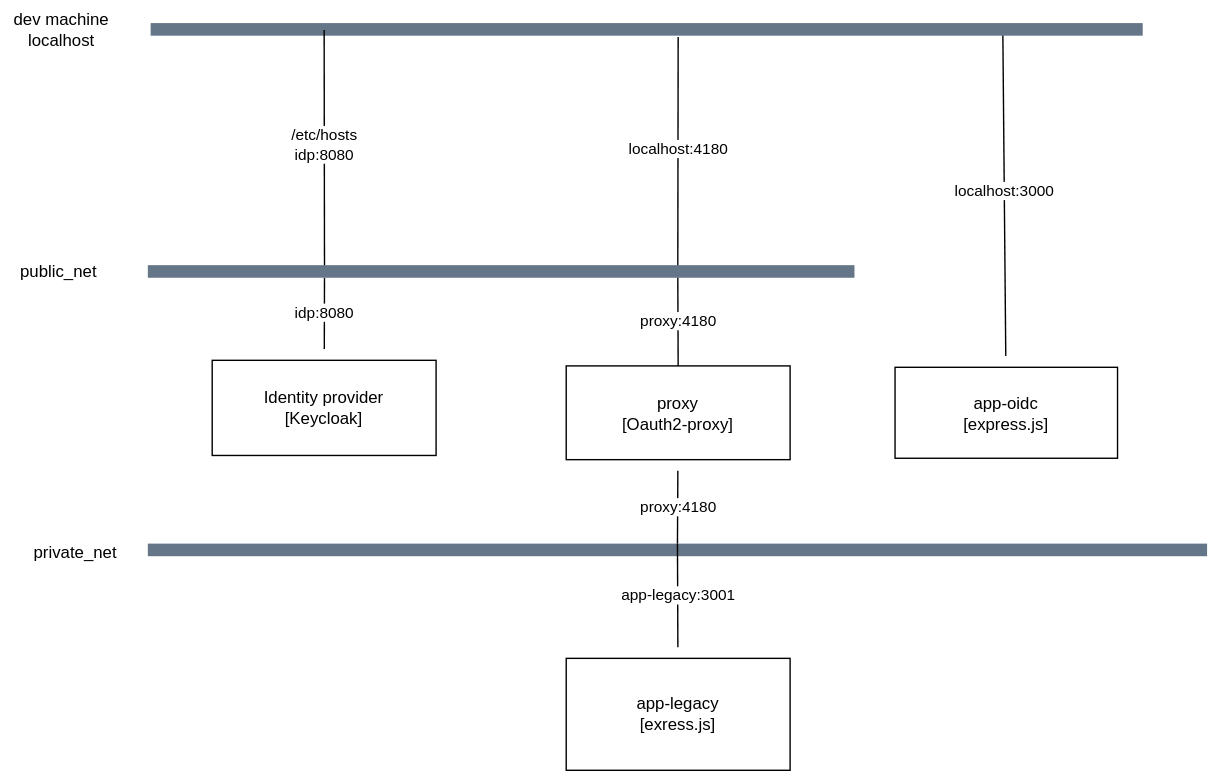
The draw.io diagram doc/overview.drawio.svg in wschaef/oidc-poc, before a commit. Source tidied: cells renumbered, new cells last; positions are measured from the earlier drawing's top-left corner, leaving out a move shared by most shapes. Its diagram source:
```xml
<mxGraphModel>
  <root>
    <mxCell id="0" />
    <mxCell id="1" parent="0" />
    <mxCell id="2" value="idp:8080" style="rounded=0;jettySize=auto;html=1;entryX=0.25;entryY=1;entryDx=0;entryDy=0;endArrow=none;startSize=14;endSize=14;sourcePerimeterSpacing=8;targetPerimeterSpacing=8;endFill=0;" parent="1" edge="1" source="3" target="7">
      <mxGeometry x="0.02" relative="1" as="geometry" />
    </mxCell>
    <mxCell id="3" value="Identity provider&lt;br&gt;[Keycloak]" style="rounded=0;whiteSpace=wrap;html=1;" parent="1" vertex="1">
      <mxGeometry x="151" y="256" width="160" height="68" as="geometry" />
    </mxCell>
    <mxCell id="4" value="app-legacy&lt;br&gt;[exress.js]" style="rounded=0;whiteSpace=wrap;html=1;" parent="1" vertex="1">
      <mxGeometry x="404" y="469" width="160" height="80" as="geometry" />
    </mxCell>
    <mxCell id="5" value="app-oidc&lt;br&gt;[express.js]" style="rounded=0;whiteSpace=wrap;html=1;" parent="1" vertex="1">
      <mxGeometry x="639" y="261" width="159" height="65" as="geometry" />
    </mxCell>
    <mxCell id="6" value="proxy&lt;br&gt;[Oauth2-proxy]" style="rounded=0;whiteSpace=wrap;html=1;" parent="1" vertex="1">
      <mxGeometry x="404" y="260" width="160" height="67" as="geometry" />
    </mxCell>
    <mxCell id="7" style="rounded=0;whiteSpace=wrap;html=1;dashed=1;dashPattern=8 8;strokeColor=none;fillColor=#647687;fontColor=#ffffff;" parent="1" vertex="1">
      <mxGeometry x="105" y="188" width="505" height="9" as="geometry" />
    </mxCell>
    <mxCell id="8" value="proxy:4180" style="rounded=0;jettySize=auto;html=1;entryX=0.75;entryY=1;entryDx=0;entryDy=0;endArrow=none;startSize=14;endSize=14;sourcePerimeterSpacing=8;targetPerimeterSpacing=8;endFill=0;exitX=0.5;exitY=0;exitDx=0;exitDy=0;" parent="1" edge="1" source="6" target="7">
      <mxGeometry x="0.02" relative="1" as="geometry" />
    </mxCell>
    <mxCell id="9" style="rounded=0;whiteSpace=wrap;html=1;dashed=1;dashPattern=8 8;strokeColor=none;fillColor=#647687;fontColor=#ffffff;" parent="1" vertex="1">
      <mxGeometry x="105" y="387" width="757" height="9" as="geometry" />
    </mxCell>
    <mxCell id="10" value="proxy:4180" style="rounded=0;jettySize=auto;html=1;entryX=0.5;entryY=0;entryDx=0;entryDy=0;endArrow=none;startSize=14;endSize=14;sourcePerimeterSpacing=8;targetPerimeterSpacing=8;endFill=0;" parent="1" edge="1" source="6" target="9">
      <mxGeometry relative="1" as="geometry" />
    </mxCell>
    <mxCell id="11" value="app-legacy:3001" style="rounded=0;jettySize=auto;html=1;entryX=0.5;entryY=0;entryDx=0;entryDy=0;endArrow=none;startSize=14;endSize=14;sourcePerimeterSpacing=8;targetPerimeterSpacing=8;endFill=0;" parent="1" edge="1" source="4" target="9">
      <mxGeometry relative="1" as="geometry" />
    </mxCell>
    <mxCell id="12" value="localhost:3000" style="rounded=0;jettySize=auto;html=1;entryX=0.859;entryY=0.667;entryDx=0;entryDy=0;endArrow=none;startSize=14;endSize=14;sourcePerimeterSpacing=8;targetPerimeterSpacing=8;endFill=0;entryPerimeter=0;" parent="1" edge="1" source="5" target="15">
      <mxGeometry x="0.02" relative="1" as="geometry" />
    </mxCell>
    <mxCell id="13" value="public_net" style="text;html=1;align=center;verticalAlign=middle;strokeColor=none;fillColor=none;" parent="1" vertex="1">
      <mxGeometry x="4" y="179.5" width="73" height="26" as="geometry" />
    </mxCell>
    <mxCell id="14" value="private_net" style="text;html=1;align=center;verticalAlign=middle;strokeColor=none;fillColor=none;" parent="1" vertex="1">
      <mxGeometry x="14" y="381" width="77" height="26" as="geometry" />
    </mxCell>
    <mxCell id="15" style="rounded=0;whiteSpace=wrap;html=1;dashed=1;dashPattern=8 8;strokeColor=none;fillColor=#647687;fontColor=#ffffff;" parent="1" vertex="1">
      <mxGeometry x="107" y="15" width="709" height="9" as="geometry" />
    </mxCell>
    <mxCell id="16" value="dev machine&lt;br&gt;localhost" style="text;html=1;align=center;verticalAlign=middle;strokeColor=none;fillColor=none;" parent="1" vertex="1">
      <mxGeometry y="-0.5" width="86" height="41" as="geometry" />
    </mxCell>
    <mxCell id="17" value="/etc/hosts&lt;br&gt;idp:8080" style="rounded=0;jettySize=auto;html=1;endArrow=none;startSize=14;endSize=14;sourcePerimeterSpacing=8;targetPerimeterSpacing=8;endFill=0;exitX=0.25;exitY=0;exitDx=0;exitDy=0;" parent="1" edge="1" source="7">
      <mxGeometry x="0.02" relative="1" as="geometry">
        <mxPoint x="231" y="20" as="targetPoint" />
      </mxGeometry>
    </mxCell>
    <mxCell id="18" value="localhost:4180" style="rounded=0;jettySize=auto;html=1;endArrow=none;startSize=14;endSize=14;sourcePerimeterSpacing=8;targetPerimeterSpacing=8;endFill=0;exitX=0.75;exitY=0;exitDx=0;exitDy=0;" parent="1" edge="1" source="7">
      <mxGeometry x="0.02" relative="1" as="geometry">
        <mxPoint x="484" y="25" as="targetPoint" />
      </mxGeometry>
    </mxCell>
  </root>
</mxGraphModel>
```
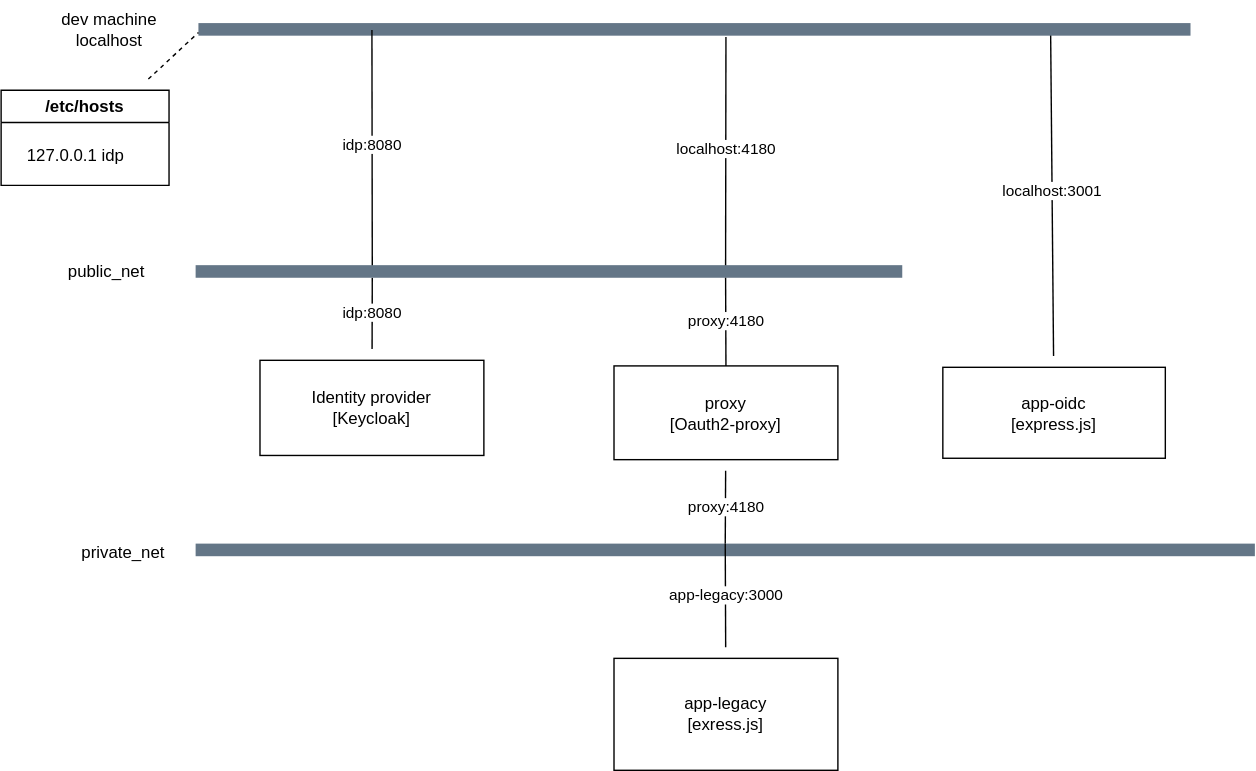
After the commit.

Commit message:
feat: removed access to legacy app from host network

What changed in the source:
```diff
@@ -29,10 +29,10 @@
     <mxCell id="10" value="proxy:4180" style="rounded=0;jettySize=auto;html=1;entryX=0.5;entryY=0;entryDx=0;entryDy=0;endArrow=none;startSize=14;endSize=14;sourcePerimeterSpacing=8;targetPerimeterSpacing=8;endFill=0;" parent="1" edge="1" source="6" target="9">
       <mxGeometry relative="1" as="geometry" />
     </mxCell>
-    <mxCell id="11" value="app-legacy:3001" style="rounded=0;jettySize=auto;html=1;entryX=0.5;entryY=0;entryDx=0;entryDy=0;endArrow=none;startSize=14;endSize=14;sourcePerimeterSpacing=8;targetPerimeterSpacing=8;endFill=0;" parent="1" edge="1" source="4" target="9">
+    <mxCell id="11" value="app-legacy:3000" style="rounded=0;jettySize=auto;html=1;entryX=0.5;entryY=0;entryDx=0;entryDy=0;endArrow=none;startSize=14;endSize=14;sourcePerimeterSpacing=8;targetPerimeterSpacing=8;endFill=0;" parent="1" edge="1" source="4" target="9">
       <mxGeometry relative="1" as="geometry" />
     </mxCell>
-    <mxCell id="12" value="localhost:3000" style="rounded=0;jettySize=auto;html=1;entryX=0.859;entryY=0.667;entryDx=0;entryDy=0;endArrow=none;startSize=14;endSize=14;sourcePerimeterSpacing=8;targetPerimeterSpacing=8;endFill=0;entryPerimeter=0;" parent="1" edge="1" source="5" target="15">
+    <mxCell id="12" value="localhost:3001" style="rounded=0;jettySize=auto;html=1;entryX=0.859;entryY=0.667;entryDx=0;entryDy=0;endArrow=none;startSize=14;endSize=14;sourcePerimeterSpacing=8;targetPerimeterSpacing=8;endFill=0;entryPerimeter=0;" parent="1" edge="1" source="5" target="15">
       <mxGeometry x="0.02" relative="1" as="geometry" />
     </mxCell>
     <mxCell id="13" value="public_net" style="text;html=1;align=center;verticalAlign=middle;strokeColor=none;fillColor=none;" parent="1" vertex="1">
@@ -47,7 +47,7 @@
     <mxCell id="16" value="dev machine&lt;br&gt;localhost" style="text;html=1;align=center;verticalAlign=middle;strokeColor=none;fillColor=none;" parent="1" vertex="1">
       <mxGeometry y="-0.5" width="86" height="41" as="geometry" />
     </mxCell>
-    <mxCell id="17" value="/etc/hosts&lt;br&gt;idp:8080" style="rounded=0;jettySize=auto;html=1;endArrow=none;startSize=14;endSize=14;sourcePerimeterSpacing=8;targetPerimeterSpacing=8;endFill=0;exitX=0.25;exitY=0;exitDx=0;exitDy=0;" parent="1" edge="1" source="7">
+    <mxCell id="17" value="idp:8080" style="rounded=0;jettySize=auto;html=1;endArrow=none;startSize=14;endSize=14;sourcePerimeterSpacing=8;targetPerimeterSpacing=8;endFill=0;exitX=0.25;exitY=0;exitDx=0;exitDy=0;" parent="1" edge="1" source="7">
       <mxGeometry x="0.02" relative="1" as="geometry">
         <mxPoint x="231" y="20" as="targetPoint" />
       </mxGeometry>
@@ -57,5 +57,14 @@
         <mxPoint x="484" y="25" as="targetPoint" />
       </mxGeometry>
     </mxCell>
+    <mxCell id="19" style="edgeStyle=none;curved=1;rounded=0;jettySize=auto;html=1;entryX=0;entryY=0.75;entryDx=0;entryDy=0;endArrow=none;startSize=14;endSize=14;sourcePerimeterSpacing=8;targetPerimeterSpacing=8;endFill=0;dashed=1;" parent="1" edge="1" source="20" target="15">
+      <mxGeometry relative="1" as="geometry" />
+    </mxCell>
+    <mxCell id="20" value="/etc/hosts" style="swimlane;whiteSpace=wrap;html=1;" parent="1" vertex="1">
+      <mxGeometry x="-34" y="63" width="120" height="68" as="geometry" />
+    </mxCell>
+    <mxCell id="21" value="127.0.0.1 idp" style="text;html=1;align=center;verticalAlign=middle;strokeColor=none;fillColor=none;" parent="20" vertex="1">
+      <mxGeometry x="9" y="34" width="87" height="26" as="geometry" />
+    </mxCell>
   </root>
 </mxGraphModel>
```
